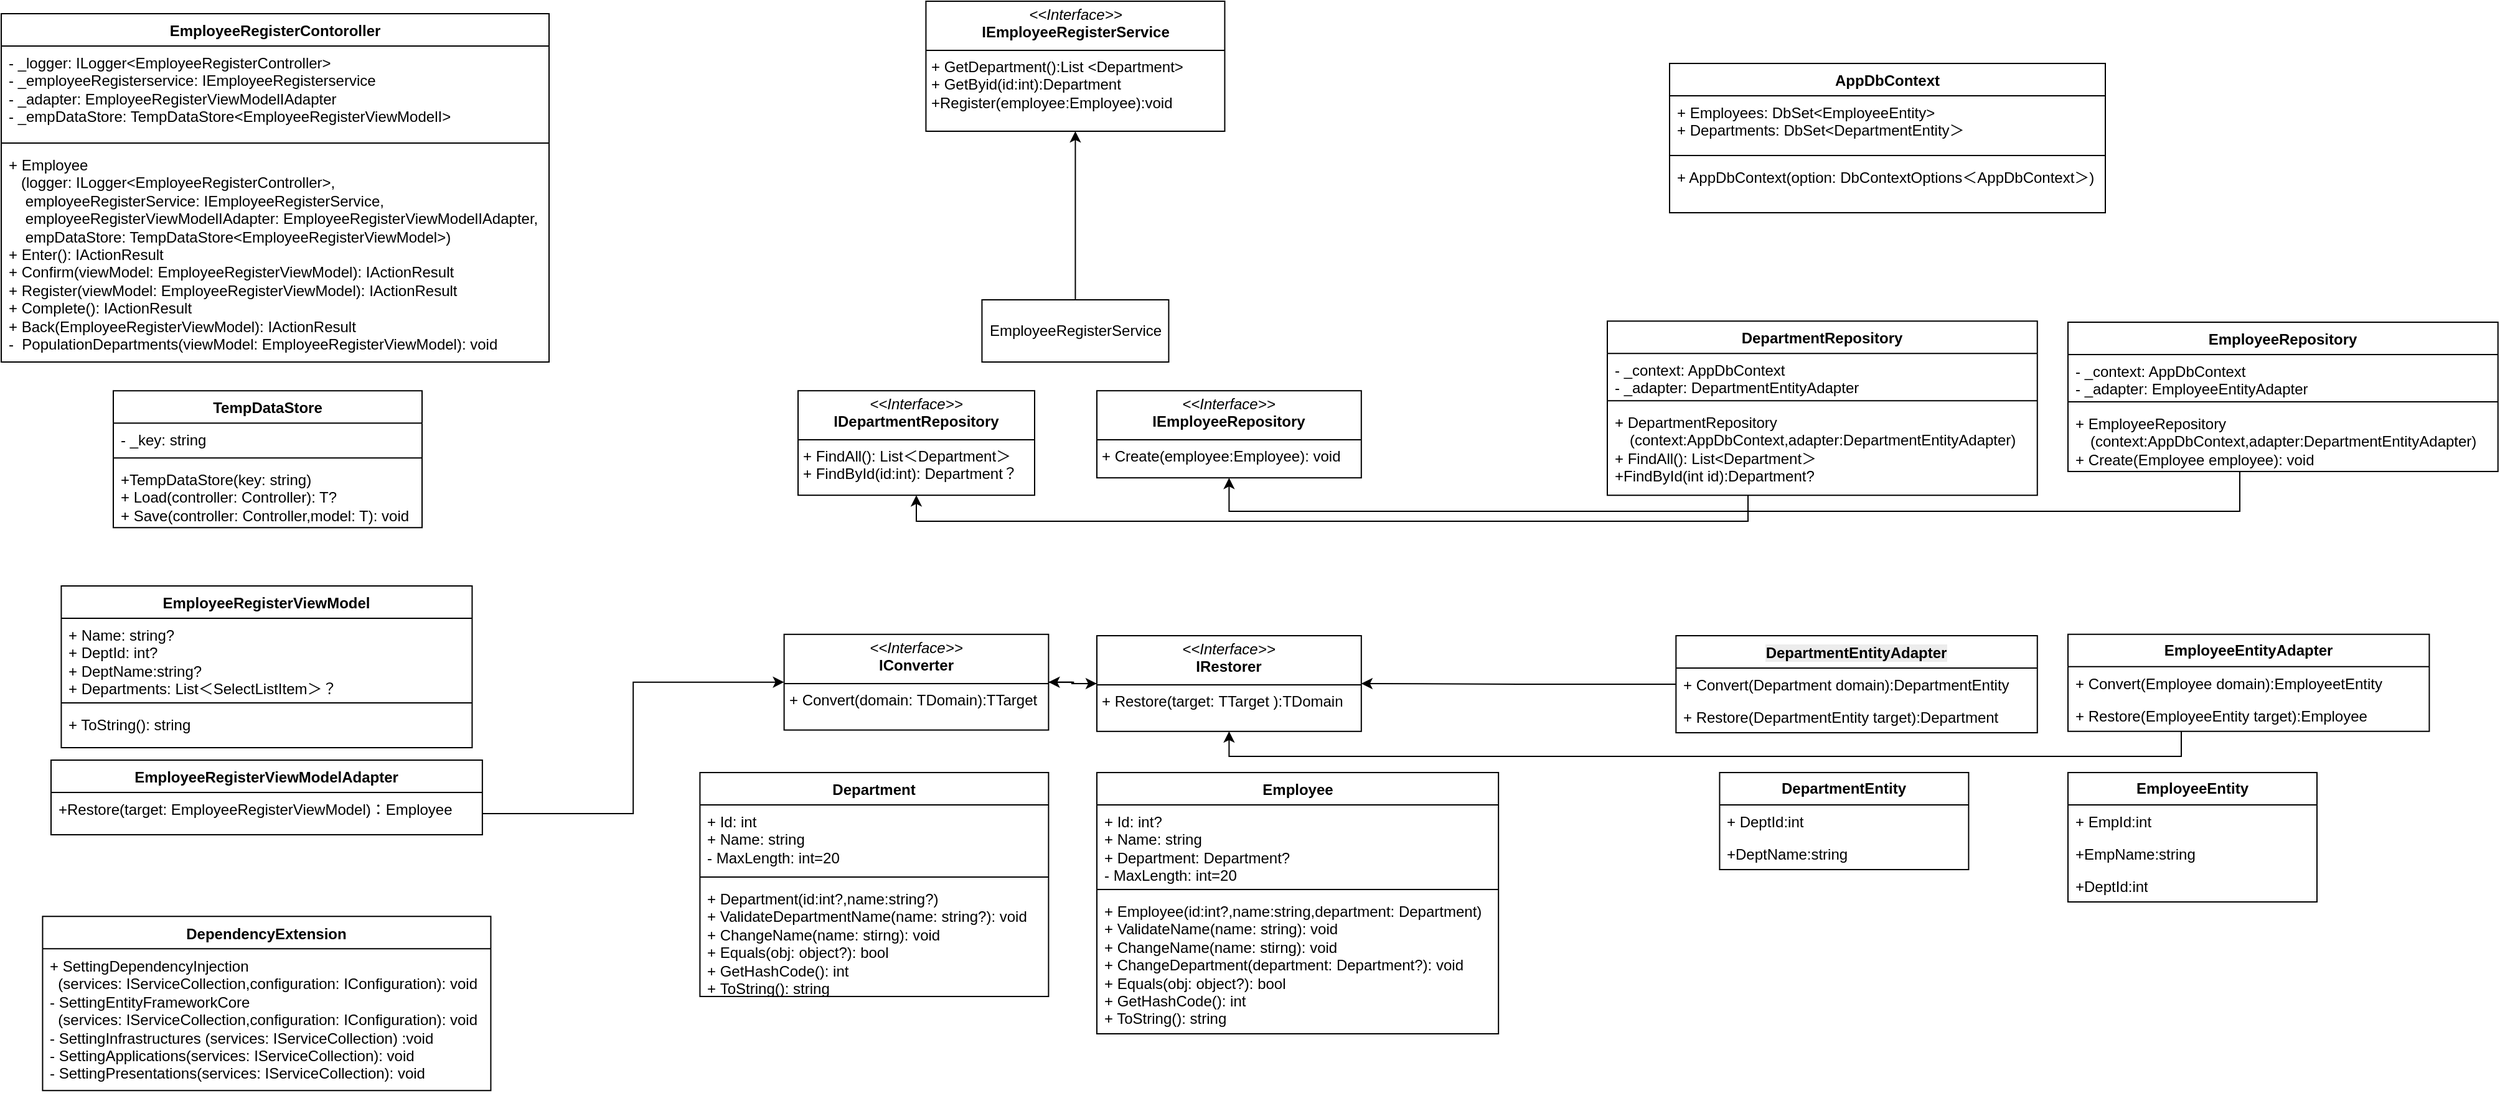
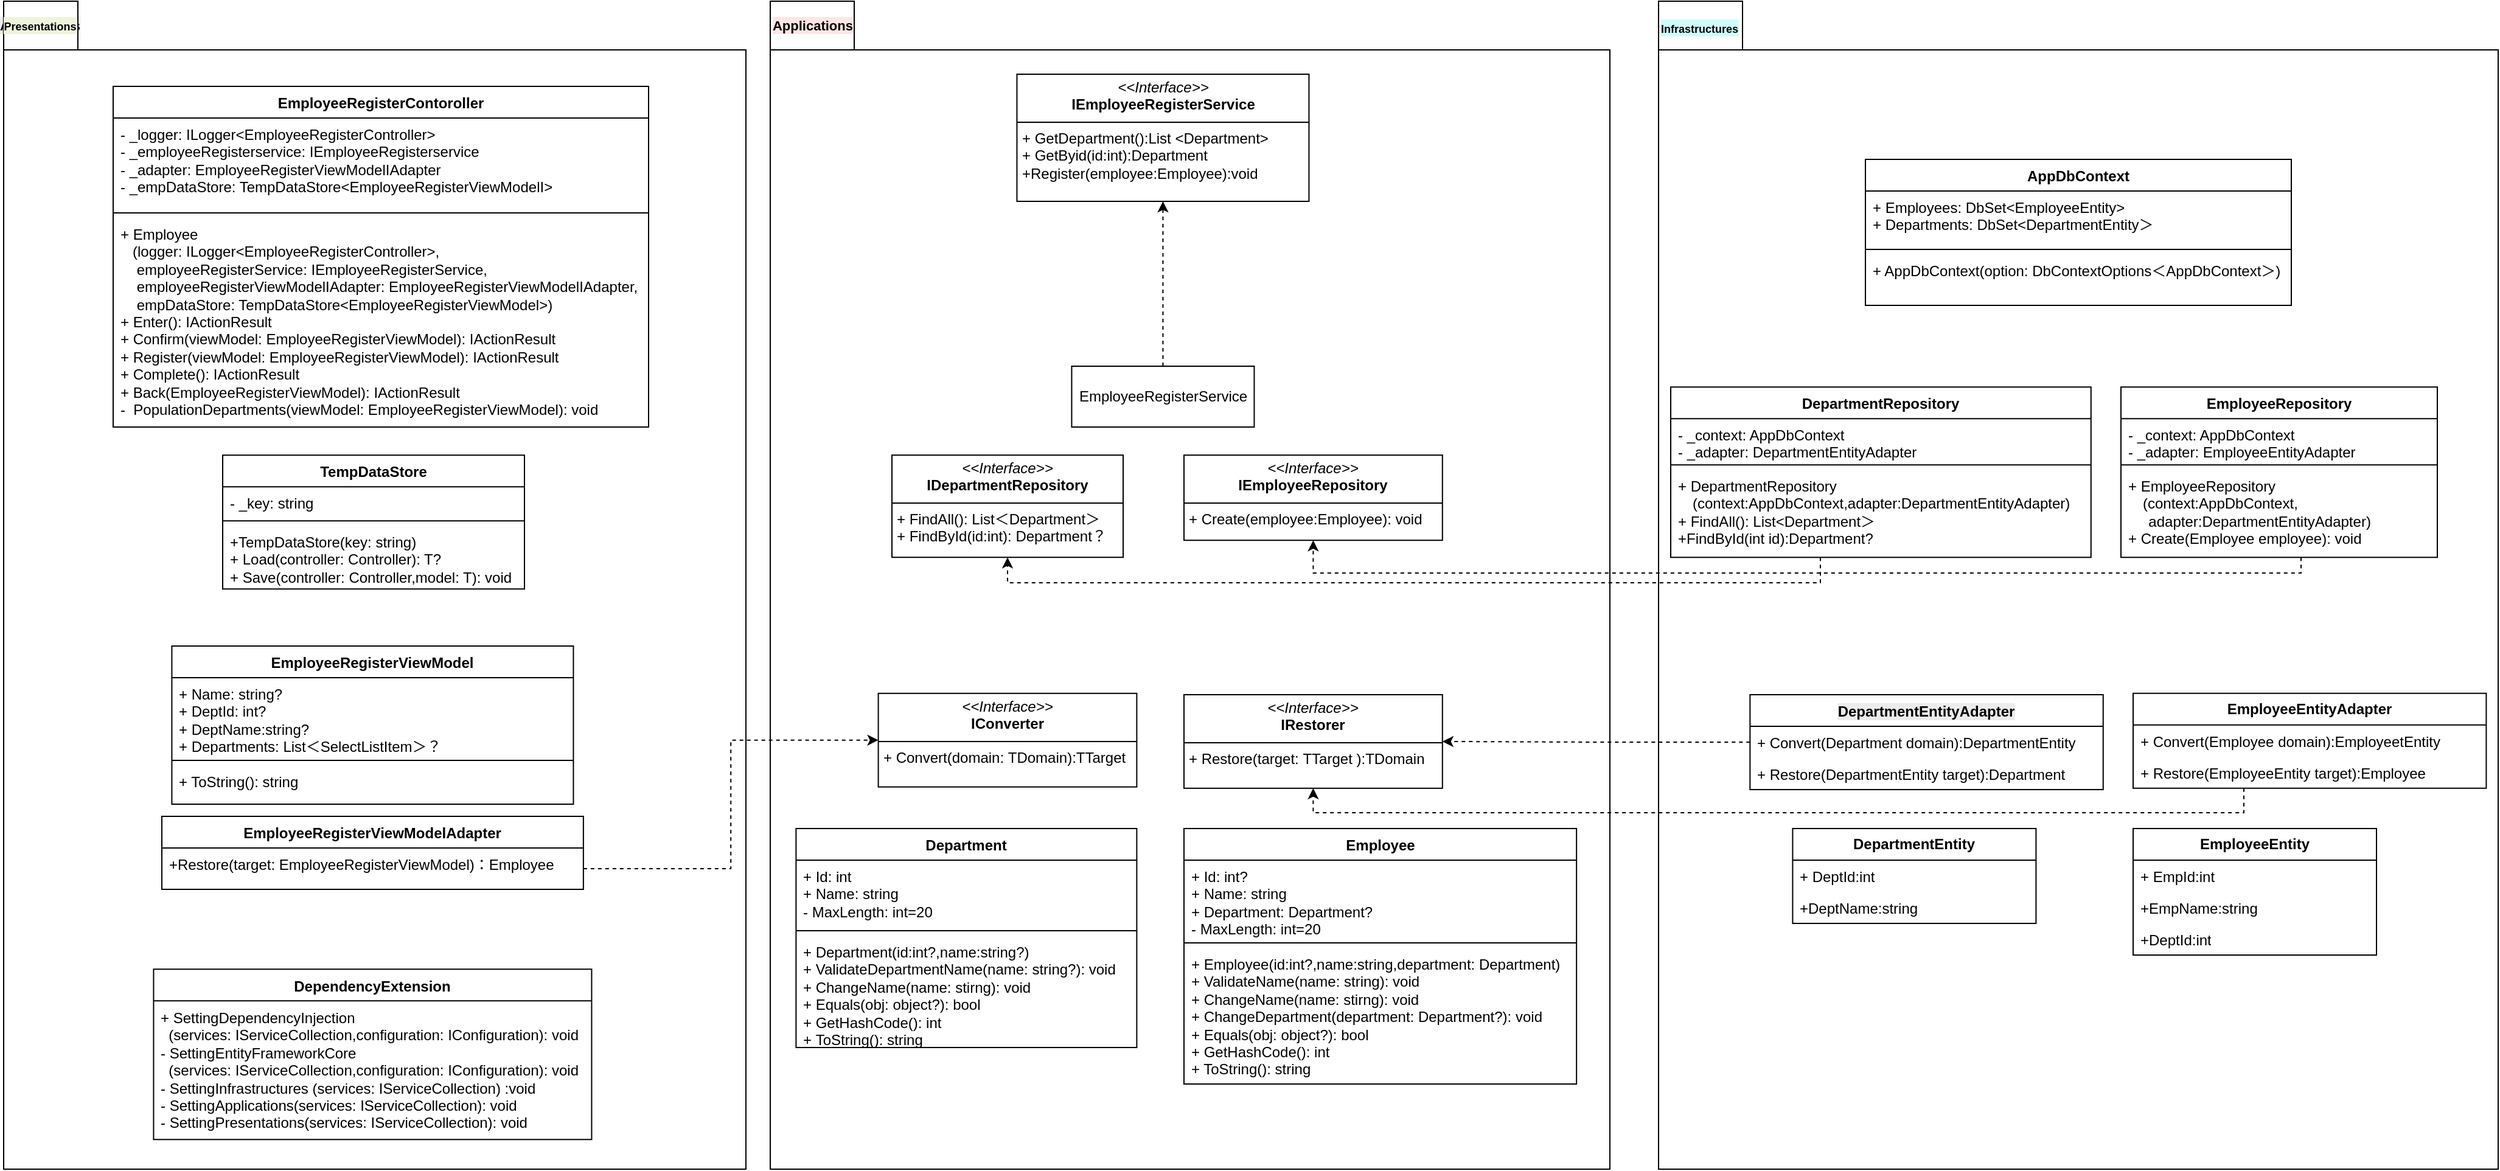
<mxfile host="app.diagrams.net">
  <diagram id="yDey_UWrUzlEI_aGrxOJ" name="クラス図">
-     <mxGraphModel dx="1813" dy="764" grid="1" gridSize="10" guides="1" tooltips="1" connect="1" arrows="1" fold="1" page="1" pageScale="1" pageWidth="827" pageHeight="1169" math="0" shadow="0">
+     <mxGraphModel dx="1329" dy="605" grid="1" gridSize="10" guides="1" tooltips="1" connect="1" arrows="1" fold="1" page="1" pageScale="1" pageWidth="827" pageHeight="1169" math="0" shadow="0">
      <root>
        <mxCell id="0" />
        <mxCell id="1" parent="0" />
+         <mxCell id="9kdujmByR6wJLKFrgQtj-13" parent="1" style="text;html=1;whiteSpace=wrap;strokeColor=none;fillColor=none;align=center;verticalAlign=middle;rounded=0;" value="&lt;span style=&quot;color: rgb(0, 0, 0); font-family: Helvetica; font-style: normal; font-variant-ligatures: normal; font-variant-caps: normal; font-weight: 700; letter-spacing: normal; orphans: 2; text-align: right; text-indent: 0px; text-transform: none; widows: 2; word-spacing: 0px; -webkit-text-stroke-width: 0px; white-space: normal; background-color: rgb(236, 236, 236); text-decoration-thickness: initial; text-decoration-style: initial; text-decoration-color: initial; float: none; display: inline !important;&quot;&gt;&lt;font style=&quot;font-size: 11px;&quot;&gt;Applications&lt;/font&gt;&lt;/span&gt;" vertex="1">
+           <mxGeometry height="40" width="70" x="1370" y="20" as="geometry" />
+         </mxCell>
+         <mxCell id="9kdujmByR6wJLKFrgQtj-14" parent="1" style="shape=folder;fontStyle=1;spacingTop=10;tabWidth=40;tabHeight=40;tabPosition=left;html=1;whiteSpace=wrap;labelPosition=left;verticalLabelPosition=top;align=right;verticalAlign=bottom;" value="" vertex="1">
+           <mxGeometry height="960" width="690" x="1370" y="20" as="geometry" />
+         </mxCell>
+         <mxCell id="9kdujmByR6wJLKFrgQtj-7" parent="1" style="text;html=1;whiteSpace=wrap;strokeColor=none;fillColor=none;align=center;verticalAlign=middle;rounded=0;" value="&lt;span style=&quot;color: rgb(0, 0, 0); font-family: Helvetica; font-style: normal; font-variant-ligatures: normal; font-variant-caps: normal; font-weight: 700; letter-spacing: normal; orphans: 2; text-align: right; text-indent: 0px; text-transform: none; widows: 2; word-spacing: 0px; -webkit-text-stroke-width: 0px; white-space: normal; background-color: rgb(236, 236, 236); text-decoration-thickness: initial; text-decoration-style: initial; text-decoration-color: initial; float: none; display: inline !important;&quot;&gt;&lt;font style=&quot;font-size: 11px;&quot;&gt;Applications&lt;/font&gt;&lt;/span&gt;" vertex="1">
+           <mxGeometry height="40" width="60" x="10" y="20" as="geometry" />
+         </mxCell>
+         <mxCell id="9kdujmByR6wJLKFrgQtj-8" parent="1" style="shape=folder;fontStyle=1;spacingTop=10;tabWidth=40;tabHeight=40;tabPosition=left;html=1;whiteSpace=wrap;labelPosition=left;verticalLabelPosition=top;align=right;verticalAlign=bottom;" value="" vertex="1">
+           <mxGeometry height="960" width="610" x="10" y="20" as="geometry" />
+         </mxCell>
+         <mxCell id="9kdujmByR6wJLKFrgQtj-1" parent="1" style="shape=folder;fontStyle=1;spacingTop=10;tabWidth=40;tabHeight=40;tabPosition=left;html=1;whiteSpace=wrap;labelPosition=left;verticalLabelPosition=top;align=right;verticalAlign=bottom;" value="" vertex="1">
+           <mxGeometry height="960" width="690" x="640" y="20" as="geometry" />
+         </mxCell>
        <mxCell id="IWFFml98Ozl-5E3AKL9s-1" parent="1" style="swimlane;fontStyle=1;align=center;verticalAlign=top;childLayout=stackLayout;horizontal=1;startSize=26;horizontalStack=0;resizeParent=1;resizeParentMax=0;resizeLast=0;collapsible=1;marginBottom=0;whiteSpace=wrap;html=1;" value="EmployeeRegisterViewModelAdapter" vertex="1">
          <mxGeometry height="60" width="346.43" x="140" y="689.9999999999999" as="geometry" />
        </mxCell>
        <mxCell id="IWFFml98Ozl-5E3AKL9s-2" parent="IWFFml98Ozl-5E3AKL9s-1" style="text;strokeColor=none;fillColor=none;align=left;verticalAlign=top;spacingLeft=4;spacingRight=4;overflow=hidden;rotatable=0;points=[[0,0.5],[1,0.5]];portConstraint=eastwest;whiteSpace=wrap;html=1;" value="+Restore(target: EmployeeRegisterViewModel)：Employee" vertex="1">
          <mxGeometry height="34" width="346.43" y="26" as="geometry" />
        </mxCell>
        <mxCell id="IWFFml98Ozl-5E3AKL9s-3" parent="1" style="swimlane;fontStyle=1;align=center;verticalAlign=top;childLayout=stackLayout;horizontal=1;startSize=26;horizontalStack=0;resizeParent=1;resizeParentMax=0;resizeLast=0;collapsible=1;marginBottom=0;whiteSpace=wrap;html=1;" value="DependencyExtension" vertex="1">
          <mxGeometry height="140" width="360" x="133.22" y="815.6199999999999" as="geometry" />
        </mxCell>
        <mxCell id="IWFFml98Ozl-5E3AKL9s-4" parent="IWFFml98Ozl-5E3AKL9s-3" style="text;strokeColor=none;fillColor=none;align=left;verticalAlign=top;spacingLeft=4;spacingRight=4;overflow=hidden;rotatable=0;points=[[0,0.5],[1,0.5]];portConstraint=eastwest;whiteSpace=wrap;html=1;" value="+ SettingDependencyInjection&lt;div&gt;&amp;nbsp; (services: IServiceCollection,configuration: IConfiguration): void&lt;div&gt;- SettingEntityFrameworkCore&lt;span style=&quot;background-color: transparent; color: light-dark(rgb(0, 0, 0), rgb(255, 255, 255));&quot;&gt;&amp;nbsp;&lt;/span&gt;&lt;/div&gt;&lt;div&gt;&lt;span style=&quot;background-color: transparent; color: light-dark(rgb(0, 0, 0), rgb(255, 255, 255));&quot;&gt;&amp;nbsp; (services: IServiceCollection,configuration: IConfiguration)&lt;/span&gt;&lt;span style=&quot;background-color: transparent; color: light-dark(rgb(0, 0, 0), rgb(255, 255, 255));&quot;&gt;: void&lt;/span&gt;&lt;/div&gt;&lt;div&gt;- SettingInfrastructures&lt;span style=&quot;background-color: transparent; color: light-dark(rgb(0, 0, 0), rgb(255, 255, 255));&quot;&gt; &lt;/span&gt;&lt;span style=&quot;background-color: transparent; color: light-dark(rgb(0, 0, 0), rgb(255, 255, 255));&quot;&gt;(services: IServiceCollection)&amp;nbsp;&lt;/span&gt;&lt;span style=&quot;background-color: transparent; color: light-dark(rgb(0, 0, 0), rgb(255, 255, 255));&quot;&gt;:void&lt;/span&gt;&lt;/div&gt;&lt;div&gt;- SettingApplications&lt;span style=&quot;background-color: transparent; color: light-dark(rgb(0, 0, 0), rgb(255, 255, 255));&quot;&gt;(services: IServiceCollection)&lt;/span&gt;&lt;span style=&quot;background-color: transparent; color: light-dark(rgb(0, 0, 0), rgb(255, 255, 255));&quot;&gt;: void&lt;/span&gt;&lt;/div&gt;&lt;div&gt;- SettingPresentations&lt;span style=&quot;background-color: transparent; color: light-dark(rgb(0, 0, 0), rgb(255, 255, 255));&quot;&gt;(services: IServiceCollection)&lt;/span&gt;&lt;span style=&quot;background-color: transparent; color: light-dark(rgb(0, 0, 0), rgb(255, 255, 255));&quot;&gt;: void&lt;/span&gt;&lt;/div&gt;&lt;div&gt;&lt;br&gt;&lt;/div&gt;&lt;/div&gt;" vertex="1">
          <mxGeometry height="114" width="360" y="26" as="geometry" />
        </mxCell>
        <mxCell id="IWFFml98Ozl-5E3AKL9s-5" parent="1" style="swimlane;fontStyle=1;align=center;verticalAlign=top;childLayout=stackLayout;horizontal=1;startSize=26;horizontalStack=0;resizeParent=1;resizeParentMax=0;resizeLast=0;collapsible=1;marginBottom=0;whiteSpace=wrap;html=1;" value="EmployeeRegisterContoroller" vertex="1">
          <mxGeometry height="280" width="440" x="100" y="90" as="geometry" />
        </mxCell>
        <mxCell id="IWFFml98Ozl-5E3AKL9s-6" parent="IWFFml98Ozl-5E3AKL9s-5" style="text;strokeColor=none;fillColor=none;align=left;verticalAlign=top;spacingLeft=4;spacingRight=4;overflow=hidden;rotatable=0;points=[[0,0.5],[1,0.5]];portConstraint=eastwest;whiteSpace=wrap;html=1;" value="&lt;div&gt;&lt;div&gt;&lt;span style=&quot;background-color: transparent; color: light-dark(rgb(0, 0, 0), rgb(255, 255, 255));&quot;&gt;- _logger: ILogger&amp;lt;EmployeeRegisterController&amp;gt;&lt;/span&gt;&lt;/div&gt;&lt;div&gt;&lt;div&gt;&lt;span style=&quot;background-color: transparent; color: light-dark(rgb(0, 0, 0), rgb(255, 255, 255));&quot;&gt;- _employeeRegisterservice: IEmployeeRegisterservice&lt;/span&gt;&lt;/div&gt;&lt;/div&gt;&lt;div&gt;&lt;div&gt;&lt;span style=&quot;background-color: transparent; color: light-dark(rgb(0, 0, 0), rgb(255, 255, 255));&quot;&gt;- _adapter: EmployeeRegisterViewModelIAdapter&lt;/span&gt;&lt;/div&gt;&lt;/div&gt;&lt;div&gt;&lt;div&gt;&lt;span style=&quot;background-color: transparent; color: light-dark(rgb(0, 0, 0), rgb(255, 255, 255));&quot;&gt;- _empDataStore: TempDataStore&amp;lt;EmployeeRegisterViewModelI&amp;gt;&lt;/span&gt;&lt;/div&gt;&lt;/div&gt;&lt;/div&gt;&lt;div&gt;&lt;br&gt;&lt;/div&gt;&lt;div&gt;&lt;br&gt;&lt;/div&gt;&lt;div&gt;&lt;br&gt;&lt;/div&gt;&lt;div&gt;+ Department: Department?&lt;/div&gt;&lt;div&gt;- MaxLength: int=20　&lt;/div&gt;&lt;div&gt;&lt;/div&gt;&lt;div&gt;&amp;nbsp;&lt;br&gt;&lt;div&gt;&lt;span style=&quot;color: rgba(0, 0, 0, 0); font-family: monospace; font-size: 0px; white-space: nowrap;&quot;&gt;%3CmxGraphModel%3E%3Croot%3E%3CmxCell%20id%3D%220%22%2F%3E%3CmxCell%20id%3D%221%22%20parent%3D%220%22%2F%3E%3CmxCell%20id%3D%222%22%20parent%3D%221%22%20style%3D%22text%3BstrokeColor%3Dnone%3BfillColor%3Dnone%3Balign%3Dleft%3BverticalAlign%3Dtop%3BspacingLeft%3D4%3BspacingRight%3D4%3Boverflow%3Dhidden%3Brotatable%3D0%3Bpoints%3D%5B%5B0%2C0.5%5D%2C%5B1%2C0.5%5D%5D%3BportConstraint%3Deastwest%3BwhiteSpace%3Dwrap%3Bhtml%3D1%3B%22%20value%3D%22%26%2310%3B%26lt%3Bspan%20style%3D%26quot%3Bcolor%3A%20rgb(0%2C%200%2C%200)%3B%20font-family%3A%20Helvetica%3B%20font-size%3A%2012px%3B%20font-style%3A%20normal%3B%20font-variant-ligatures%3A%20normal%3B%20font-variant-caps%3A%20normal%3B%20font-weight%3A%20400%3B%20letter-spacing%3A%20normal%3B%20orphans%3A%202%3B%20text-align%3A%20left%3B%20text-indent%3A%200px%3B%20text-transform%3A%20none%3B%20widows%3A%202%3B%20word-spacing%3A%200px%3B%20-webkit-text-stroke-width%3A%200px%3B%20white-space%3A%20normal%3B%20background-color%3A%20rgb(236%2C%20236%2C%20236)%3B%20text-decoration-thickness%3A%20initial%3B%20text-decoration-style%3A%20initial%3B%20text-decoration-color%3A%20initial%3B%20display%3A%20inline%20!important%3B%20float%3A%20none%3B%26quot%3B%26gt%3B%2B%20name%3A%20string%26lt%3B%2Fspan%26gt%3B%26%2310%3B%26%2310%3B%22%20vertex%3D%221%22%3E%3CmxGeometry%20height%3D%2264%22%20width%3D%22160%22%20x%3D%22466.51%22%20y%3D%22-653%22%20as%3D%22geometry%22%2F%3E%3C%2FmxCell%3E%3C%2Froot%3E%3C%2FmxGraphModel%3E&lt;/span&gt;&lt;/div&gt;&lt;/div&gt;" vertex="1">
          <mxGeometry height="74" width="440" y="26" as="geometry" />
        </mxCell>
        <mxCell id="IWFFml98Ozl-5E3AKL9s-7" parent="IWFFml98Ozl-5E3AKL9s-5" style="line;strokeWidth=1;fillColor=none;align=left;verticalAlign=middle;spacingTop=-1;spacingLeft=3;spacingRight=3;rotatable=0;labelPosition=right;points=[];portConstraint=eastwest;strokeColor=inherit;" value="" vertex="1">
          <mxGeometry height="8" width="440" y="100" as="geometry" />
        </mxCell>
        <mxCell id="IWFFml98Ozl-5E3AKL9s-8" parent="IWFFml98Ozl-5E3AKL9s-5" style="text;strokeColor=none;fillColor=none;align=left;verticalAlign=top;spacingLeft=4;spacingRight=4;overflow=hidden;rotatable=0;points=[[0,0.5],[1,0.5]];portConstraint=eastwest;whiteSpace=wrap;html=1;" value="+ Employee&lt;div&gt;&amp;nbsp; &amp;nbsp;(logger: ILogger&amp;lt;EmployeeRegisterController&amp;gt;,&amp;nbsp;&lt;/div&gt;&lt;div&gt;&amp;nbsp; &amp;nbsp; employeeRegisterService: IEmployeeRegisterService,&lt;/div&gt;&lt;div&gt;&amp;nbsp; &amp;nbsp; employeeRegisterViewModelIAdapter: EmployeeRegisterViewModelIAdapter,&lt;/div&gt;&lt;div&gt;&amp;nbsp; &amp;nbsp; empDataStore: TempDataStore&amp;lt;EmployeeRegisterViewModel&amp;gt;&lt;span style=&quot;background-color: transparent; color: light-dark(rgb(0, 0, 0), rgb(255, 255, 255));&quot;&gt;)&lt;/span&gt;&lt;/div&gt;&lt;div&gt;&lt;div&gt;&lt;span style=&quot;background-color: transparent; color: light-dark(rgb(0, 0, 0), rgb(255, 255, 255));&quot;&gt;+ Enter(): IActionResult&lt;/span&gt;&lt;/div&gt;&lt;div&gt;&lt;div&gt;&lt;span style=&quot;background-color: transparent; color: light-dark(rgb(0, 0, 0), rgb(255, 255, 255));&quot;&gt;+ Confirm(viewModel: EmployeeRegisterViewModel): IActionResult&lt;/span&gt;&lt;/div&gt;&lt;div&gt;&lt;/div&gt;&lt;div&gt;&lt;div&gt;&lt;span style=&quot;background-color: transparent; color: light-dark(rgb(0, 0, 0), rgb(255, 255, 255));&quot;&gt;+ Register(viewModel: EmployeeRegisterViewModel): IActionResult&lt;/span&gt;&lt;/div&gt;&lt;div&gt;&lt;div&gt;&lt;span style=&quot;background-color: transparent; color: light-dark(rgb(0, 0, 0), rgb(255, 255, 255));&quot;&gt;+ Complete(): IActionResult&lt;/span&gt;&lt;/div&gt;&lt;div&gt;&lt;div&gt;&lt;span style=&quot;background-color: transparent; color: light-dark(rgb(0, 0, 0), rgb(255, 255, 255));&quot;&gt;+ Back(&lt;/span&gt;&lt;span style=&quot;background-color: transparent; color: light-dark(rgb(0, 0, 0), rgb(255, 255, 255));&quot;&gt;EmployeeRegisterViewModel&lt;/span&gt;&lt;span style=&quot;background-color: transparent; color: light-dark(rgb(0, 0, 0), rgb(255, 255, 255));&quot;&gt;): IActionResult&lt;/span&gt;&lt;/div&gt;&lt;div&gt;&lt;div&gt;&lt;div&gt;&lt;div&gt;&lt;span style=&quot;background-color: transparent; color: light-dark(rgb(0, 0, 0), rgb(255, 255, 255));&quot;&gt;-&amp;nbsp; PopulationDepartments(&lt;/span&gt;viewModel: EmployeeRegisterViewModel&lt;span style=&quot;background-color: transparent; color: light-dark(rgb(0, 0, 0), rgb(255, 255, 255));&quot;&gt;): void&lt;/span&gt;&lt;/div&gt;&lt;div&gt;&lt;/div&gt;&lt;/div&gt;&lt;div&gt;&lt;/div&gt;&lt;/div&gt;&lt;/div&gt;&lt;div&gt;&lt;/div&gt;&lt;/div&gt;&lt;div&gt;&lt;/div&gt;&lt;/div&gt;&lt;div&gt;&lt;span style=&quot;background-color: transparent; color: light-dark(rgb(0, 0, 0), rgb(255, 255, 255));&quot;&gt;&lt;br&gt;&lt;/span&gt;&lt;/div&gt;&lt;div&gt;&lt;/div&gt;&lt;/div&gt;&lt;/div&gt;&lt;/div&gt;" vertex="1">
          <mxGeometry height="172" width="440" y="108" as="geometry" />
        </mxCell>
        <mxCell id="IWFFml98Ozl-5E3AKL9s-9" parent="1" style="swimlane;fontStyle=1;align=center;verticalAlign=top;childLayout=stackLayout;horizontal=1;startSize=26;horizontalStack=0;resizeParent=1;resizeParentMax=0;resizeLast=0;collapsible=1;marginBottom=0;whiteSpace=wrap;html=1;" value="TempDataStore" vertex="1">
          <mxGeometry height="110" width="248" x="190" y="393.0899999999999" as="geometry" />
        </mxCell>
        <mxCell id="IWFFml98Ozl-5E3AKL9s-10" parent="IWFFml98Ozl-5E3AKL9s-9" style="text;strokeColor=none;fillColor=none;align=left;verticalAlign=top;spacingLeft=4;spacingRight=4;overflow=hidden;rotatable=0;points=[[0,0.5],[1,0.5]];portConstraint=eastwest;whiteSpace=wrap;html=1;" value="- _key: string&lt;div&gt;&lt;span style=&quot;color: light-dark(rgba(0, 0, 0, 0), rgba(237, 237, 237, 0)); font-family: monospace; font-size: 0px; white-space: nowrap; background-color: transparent;&quot;&gt;%3CmxGraphModel%3E%3Croot%3E%3CmxCell%20id%3D%220%22%2F%3E%3CmxCell%20id%3D%221%22%20parent%3D%220%22%2F%3E%3CmxCell%20id%3D%222%22%20parent%3D%221%22%20style%3D%22text%3BstrokeColor%3Dnone%3BfillColor%3Dnone%3Balign%3Dleft%3BverticalAlign%3Dtop%3BspacingLeft%3D4%3BspacingRight%3D4%3Boverflow%3Dhidden%3Brotatable%3D0%3Bpoints%3D%5B%5B0%2C0.5%5D%2C%5B1%2C0.5%5D%5D%3BportConstraint%3Deastwest%3BwhiteSpace%3Dwrap%3Bhtml%3D1%3B%22%20value%3D%22%26%2310%3B%26lt%3Bspan%20style%3D%26quot%3Bcolor%3A%20rgb(0%2C%200%2C%200)%3B%20font-family%3A%20Helvetica%3B%20font-size%3A%2012px%3B%20font-style%3A%20normal%3B%20font-variant-ligatures%3A%20normal%3B%20font-variant-caps%3A%20normal%3B%20font-weight%3A%20400%3B%20letter-spacing%3A%20normal%3B%20orphans%3A%202%3B%20text-align%3A%20left%3B%20text-indent%3A%200px%3B%20text-transform%3A%20none%3B%20widows%3A%202%3B%20word-spacing%3A%200px%3B%20-webkit-text-stroke-width%3A%200px%3B%20white-space%3A%20normal%3B%20background-color%3A%20rgb(236%2C%20236%2C%20236)%3B%20text-decoration-thickness%3A%20initial%3B%20text-decoration-style%3A%20initial%3B%20text-decoration-color%3A%20initial%3B%20display%3A%20inline%20!important%3B%20float%3A%20none%3B%26quot%3B%26gt%3B%2B%20name%3A%20string%26lt%3B%2Fspan%26gt%3B%26%2310%3B%26%2310%3B%22%20vertex%3D%221%22%3E%3CmxGeometry%20height%3D%2264%22%20width%3D%22160%22%20x%3D%22466.51%22%20y%3D%22-653%22%20as%3D%22geometry%22%2F%3E%3C%2FmxCell%3E%3C%2Froot%3E%3C%2FmxGraphModel%3E&lt;/span&gt;&lt;/div&gt;" vertex="1">
          <mxGeometry height="24" width="248" y="26" as="geometry" />
        </mxCell>
        <mxCell id="IWFFml98Ozl-5E3AKL9s-11" parent="IWFFml98Ozl-5E3AKL9s-9" style="line;strokeWidth=1;fillColor=none;align=left;verticalAlign=middle;spacingTop=-1;spacingLeft=3;spacingRight=3;rotatable=0;labelPosition=right;points=[];portConstraint=eastwest;strokeColor=inherit;" value="" vertex="1">
          <mxGeometry height="8" width="248" y="50" as="geometry" />
        </mxCell>
        <mxCell id="IWFFml98Ozl-5E3AKL9s-12" parent="IWFFml98Ozl-5E3AKL9s-9" style="text;strokeColor=none;fillColor=none;align=left;verticalAlign=top;spacingLeft=4;spacingRight=4;overflow=hidden;rotatable=0;points=[[0,0.5],[1,0.5]];portConstraint=eastwest;whiteSpace=wrap;html=1;" value="+TempDataStore(key: string)&lt;div&gt;+ Load(controller: Controller): T?&lt;/div&gt;&lt;div&gt;+ Save(controller: Controller,model: T): void&lt;/div&gt;" vertex="1">
          <mxGeometry height="52" width="248" y="58" as="geometry" />
        </mxCell>
        <mxCell id="IWFFml98Ozl-5E3AKL9s-13" parent="1" style="swimlane;fontStyle=1;align=center;verticalAlign=top;childLayout=stackLayout;horizontal=1;startSize=26;horizontalStack=0;resizeParent=1;resizeParentMax=0;resizeLast=0;collapsible=1;marginBottom=0;whiteSpace=wrap;html=1;" value="EmployeeRegisterViewModel" vertex="1">
          <mxGeometry height="130" width="330" x="148.22" y="550" as="geometry" />
        </mxCell>
        <mxCell id="IWFFml98Ozl-5E3AKL9s-14" parent="IWFFml98Ozl-5E3AKL9s-13" style="text;strokeColor=none;fillColor=none;align=left;verticalAlign=top;spacingLeft=4;spacingRight=4;overflow=hidden;rotatable=0;points=[[0,0.5],[1,0.5]];portConstraint=eastwest;whiteSpace=wrap;html=1;" value="+ Name: string?&lt;div&gt;+ DeptId: int?&lt;/div&gt;&lt;div&gt;+ DeptName:string?&lt;/div&gt;&lt;div&gt;+ Departments: List＜SelectListItem＞？&lt;/div&gt;" vertex="1">
          <mxGeometry height="64" width="330" y="26" as="geometry" />
        </mxCell>
        <mxCell id="IWFFml98Ozl-5E3AKL9s-15" parent="IWFFml98Ozl-5E3AKL9s-13" style="line;strokeWidth=1;fillColor=none;align=left;verticalAlign=middle;spacingTop=-1;spacingLeft=3;spacingRight=3;rotatable=0;labelPosition=right;points=[];portConstraint=eastwest;strokeColor=inherit;" value="" vertex="1">
          <mxGeometry height="8" width="330" y="90" as="geometry" />
        </mxCell>
        <mxCell id="IWFFml98Ozl-5E3AKL9s-16" parent="IWFFml98Ozl-5E3AKL9s-13" style="text;strokeColor=none;fillColor=none;align=left;verticalAlign=top;spacingLeft=4;spacingRight=4;overflow=hidden;rotatable=0;points=[[0,0.5],[1,0.5]];portConstraint=eastwest;whiteSpace=wrap;html=1;" value="&lt;div&gt;&lt;span style=&quot;text-align: center;&quot;&gt;+ &lt;/span&gt;&lt;span style=&quot;text-align: center; background-color: transparent; color: light-dark(rgb(0, 0, 0), rgb(255, 255, 255));&quot;&gt;ToString(): string&lt;/span&gt;&lt;/div&gt;" vertex="1">
          <mxGeometry height="32" width="330" y="98" as="geometry" />
        </mxCell>
        <mxCell id="G9wzqQtXwCNvqwVCNL5G-1" parent="1" style="verticalAlign=top;align=left;overflow=fill;html=1;whiteSpace=wrap;" value="&lt;p style=&quot;margin:0px;margin-top:4px;text-align:center;&quot;&gt;&lt;i&gt;&amp;lt;&amp;lt;Interface&amp;gt;&amp;gt;&lt;/i&gt;&lt;br&gt;&lt;b&gt;IEmployeeRegisterService&lt;/b&gt;&lt;/p&gt;&lt;hr size=&quot;1&quot; style=&quot;border-style:solid;&quot;&gt;&lt;p style=&quot;margin:0px;margin-left:4px;&quot;&gt;+ GetDepartment():List &amp;lt;Department&amp;gt;&lt;br&gt;+ GetByid(id:int):Department&lt;/p&gt;&lt;p style=&quot;margin:0px;margin-left:4px;&quot;&gt;+Register(employee:Employee):void&lt;/p&gt;&lt;p style=&quot;margin:0px;margin-left:4px;&quot;&gt;&lt;br&gt;&lt;/p&gt;" vertex="1">
          <mxGeometry height="104.5" width="240" x="842.7199999999999" y="80" as="geometry" />
        </mxCell>
-         <mxCell id="hrwWi43zoG16yE8h-HA6-2" edge="1" parent="1" source="G9wzqQtXwCNvqwVCNL5G-2" style="edgeStyle=orthogonalEdgeStyle;rounded=0;orthogonalLoop=1;jettySize=auto;html=1;" target="G9wzqQtXwCNvqwVCNL5G-1">
+         <mxCell id="hrwWi43zoG16yE8h-HA6-2" edge="1" parent="1" source="G9wzqQtXwCNvqwVCNL5G-2" style="edgeStyle=orthogonalEdgeStyle;rounded=0;orthogonalLoop=1;jettySize=auto;html=1;dashed=1;" target="G9wzqQtXwCNvqwVCNL5G-1">
          <mxGeometry relative="1" as="geometry" />
        </mxCell>
        <mxCell id="G9wzqQtXwCNvqwVCNL5G-2" parent="1" style="html=1;whiteSpace=wrap;" value="EmployeeRegisterService" vertex="1">
          <mxGeometry height="50" width="150" x="887.72" y="319.9999999999999" as="geometry" />
        </mxCell>
        <mxCell id="G9wzqQtXwCNvqwVCNL5G-3" parent="1" style="verticalAlign=top;align=left;overflow=fill;html=1;whiteSpace=wrap;" value="&lt;p style=&quot;margin:0px;margin-top:4px;text-align:center;&quot;&gt;&lt;i&gt;&amp;lt;&amp;lt;Interface&amp;gt;&amp;gt;&lt;/i&gt;&lt;br&gt;&lt;b&gt;IDepartmentRepository&lt;/b&gt;&lt;/p&gt;&lt;hr size=&quot;1&quot; style=&quot;border-style:solid;&quot;&gt;&lt;p style=&quot;margin:0px;margin-left:4px;&quot;&gt;+ FindAll(): List＜Department＞&lt;br&gt;+ FindById(id:int): Department？&lt;/p&gt;" vertex="1">
          <mxGeometry height="84" width="190" x="740.0000000000001" y="393.0899999999999" as="geometry" />
        </mxCell>
        <mxCell id="G9wzqQtXwCNvqwVCNL5G-4" parent="1" style="verticalAlign=top;align=left;overflow=fill;html=1;whiteSpace=wrap;" value="&lt;p style=&quot;margin:0px;margin-top:4px;text-align:center;&quot;&gt;&lt;i&gt;&amp;lt;&amp;lt;Interface&amp;gt;&amp;gt;&lt;/i&gt;&lt;br&gt;&lt;b&gt;IEmployeeRepository&lt;/b&gt;&lt;/p&gt;&lt;hr size=&quot;1&quot; style=&quot;border-style:solid;&quot;&gt;&lt;p style=&quot;margin:0px;margin-left:4px;&quot;&gt;+ Create(employee:Employee): void&lt;/p&gt;" vertex="1">
          <mxGeometry height="70" width="212.4" x="980" y="393.09" as="geometry" />
        </mxCell>
-         <mxCell id="hrwWi43zoG16yE8h-HA6-5" edge="1" parent="1" source="G9wzqQtXwCNvqwVCNL5G-5" style="edgeStyle=orthogonalEdgeStyle;rounded=0;orthogonalLoop=1;jettySize=auto;html=1;entryX=0;entryY=0.5;entryDx=0;entryDy=0;" target="G9wzqQtXwCNvqwVCNL5G-6">
-           <mxGeometry relative="1" as="geometry" />
-         </mxCell>
        <mxCell id="G9wzqQtXwCNvqwVCNL5G-5" parent="1" style="verticalAlign=top;align=left;overflow=fill;html=1;whiteSpace=wrap;" value="&lt;p style=&quot;margin:0px;margin-top:4px;text-align:center;&quot;&gt;&lt;i&gt;&amp;lt;&amp;lt;Interface&amp;gt;&amp;gt;&lt;/i&gt;&lt;br&gt;&lt;b&gt;IConverter&lt;/b&gt;&lt;/p&gt;&lt;hr size=&quot;1&quot; style=&quot;border-style:solid;&quot;&gt;&lt;p style=&quot;margin:0px;margin-left:4px;&quot;&gt;+ Convert(&lt;span style=&quot;background-color: transparent; color: light-dark(rgb(0, 0, 0), rgb(255, 255, 255));&quot;&gt;domain&lt;/span&gt;&lt;span style=&quot;background-color: transparent; color: light-dark(rgb(0, 0, 0), rgb(255, 255, 255));&quot;&gt;:&amp;nbsp;&lt;/span&gt;TDomai&lt;span style=&quot;background-color: transparent; color: light-dark(rgb(0, 0, 0), rgb(255, 255, 255));&quot;&gt;n):TTarget&lt;/span&gt;&lt;/p&gt;" vertex="1">
          <mxGeometry height="76.91" width="212.4" x="728.8000000000001" y="588.91" as="geometry" />
        </mxCell>
-         <mxCell id="hrwWi43zoG16yE8h-HA6-6" edge="1" parent="1" source="G9wzqQtXwCNvqwVCNL5G-6" style="edgeStyle=orthogonalEdgeStyle;rounded=0;orthogonalLoop=1;jettySize=auto;html=1;entryX=1;entryY=0.5;entryDx=0;entryDy=0;" target="G9wzqQtXwCNvqwVCNL5G-5">
-           <mxGeometry relative="1" as="geometry" />
-         </mxCell>
        <mxCell id="G9wzqQtXwCNvqwVCNL5G-6" parent="1" style="verticalAlign=top;align=left;overflow=fill;html=1;whiteSpace=wrap;" value="&lt;p style=&quot;margin:0px;margin-top:4px;text-align:center;&quot;&gt;&lt;i&gt;&amp;lt;&amp;lt;Interface&amp;gt;&amp;gt;&lt;/i&gt;&lt;br&gt;&lt;b&gt;IRestorer&lt;/b&gt;&lt;/p&gt;&lt;hr size=&quot;1&quot; style=&quot;border-style:solid;&quot;&gt;&lt;p style=&quot;margin:0px;margin-left:4px;&quot;&gt;+ Restore(&lt;span style=&quot;background-color: transparent; color: light-dark(rgb(0, 0, 0), rgb(255, 255, 255));&quot;&gt;target:&amp;nbsp;&lt;/span&gt;&lt;span style=&quot;background-color: transparent; color: light-dark(rgb(0, 0, 0), rgb(255, 255, 255));&quot;&gt;TTarget&lt;/span&gt;&lt;span style=&quot;background-color: transparent; color: light-dark(rgb(0, 0, 0), rgb(255, 255, 255));&quot;&gt;&amp;nbsp;):TDomain&lt;/span&gt;&lt;/p&gt;" vertex="1">
          <mxGeometry height="76.91" width="212.4" x="980" y="590" as="geometry" />
        </mxCell>
        <mxCell id="G9wzqQtXwCNvqwVCNL5G-7" parent="1" style="swimlane;fontStyle=1;align=center;verticalAlign=top;childLayout=stackLayout;horizontal=1;startSize=26;horizontalStack=0;resizeParent=1;resizeParentMax=0;resizeLast=0;collapsible=1;marginBottom=0;whiteSpace=wrap;html=1;" value="Department" vertex="1">
          <mxGeometry height="180" width="280" x="661.1999999999999" y="699.9999999999999" as="geometry" />
        </mxCell>
        <mxCell id="G9wzqQtXwCNvqwVCNL5G-8" parent="G9wzqQtXwCNvqwVCNL5G-7" style="text;strokeColor=none;fillColor=none;align=left;verticalAlign=top;spacingLeft=4;spacingRight=4;overflow=hidden;rotatable=0;points=[[0,0.5],[1,0.5]];portConstraint=eastwest;whiteSpace=wrap;html=1;" value="&lt;div&gt;&lt;span style=&quot;background-color: transparent; color: light-dark(rgb(0, 0, 0), rgb(255, 255, 255));&quot;&gt;+ Id: int&lt;/span&gt;&lt;/div&gt;&lt;div&gt;+ Name: string&lt;/div&gt;&lt;div&gt;&lt;div&gt;- MaxLength: int=20　&lt;/div&gt;&lt;/div&gt;&lt;div&gt;&lt;div&gt;&lt;span style=&quot;color: rgba(0, 0, 0, 0); font-family: monospace; font-size: 0px; white-space: nowrap;&quot;&gt;%3CmxGraphModel%3E%3Croot%3E%3CmxCell%20id%3D%220%22%2F%3E%3CmxCell%20id%3D%221%22%20parent%3D%220%22%2F%3E%3CmxCell%20id%3D%222%22%20parent%3D%221%22%20style%3D%22text%3BstrokeColor%3Dnone%3BfillColor%3Dnone%3Balign%3Dleft%3BverticalAlign%3Dtop%3BspacingLeft%3D4%3BspacingRight%3D4%3Boverflow%3Dhidden%3Brotatable%3D0%3Bpoints%3D%5B%5B0%2C0.5%5D%2C%5B1%2C0.5%5D%5D%3BportConstraint%3Deastwest%3BwhiteSpace%3Dwrap%3Bhtml%3D1%3B%22%20value%3D%22%26%2310%3B%26lt%3Bspan%20style%3D%26quot%3Bcolor%3A%20rgb(0%2C%200%2C%200)%3B%20font-family%3A%20Helvetica%3B%20font-size%3A%2012px%3B%20font-style%3A%20normal%3B%20font-variant-ligatures%3A%20normal%3B%20font-variant-caps%3A%20normal%3B%20font-weight%3A%20400%3B%20letter-spacing%3A%20normal%3B%20orphans%3A%202%3B%20text-align%3A%20left%3B%20text-indent%3A%200px%3B%20text-transform%3A%20none%3B%20widows%3A%202%3B%20word-spacing%3A%200px%3B%20-webkit-text-stroke-width%3A%200px%3B%20white-space%3A%20normal%3B%20background-color%3A%20rgb(236%2C%20236%2C%20236)%3B%20text-decoration-thickness%3A%20initial%3B%20text-decoration-style%3A%20initial%3B%20text-decoration-color%3A%20initial%3B%20display%3A%20inline%20!important%3B%20float%3A%20none%3B%26quot%3B%26gt%3B%2B%20name%3A%20string%26lt%3B%2Fspan%26gt%3B%26%2310%3B%26%2310%3B%22%20vertex%3D%221%22%3E%3CmxGeometry%20height%3D%2264%22%20width%3D%22160%22%20x%3D%22466.51%22%20y%3D%22-653%22%20as%3D%22geometry%22%2F%3E%3C%2FmxCell%3E%3C%2Froot%3E%3C%2FmxGraphModel%3E&lt;/span&gt;&lt;/div&gt;&lt;/div&gt;&lt;div&gt;&lt;span style=&quot;color: rgba(0, 0, 0, 0); font-family: monospace; font-size: 0px; white-space: nowrap;&quot;&gt;&lt;br&gt;&lt;/span&gt;&lt;/div&gt;" vertex="1">
          <mxGeometry height="54" width="280" y="26" as="geometry" />
        </mxCell>
        <mxCell id="G9wzqQtXwCNvqwVCNL5G-9" parent="G9wzqQtXwCNvqwVCNL5G-7" style="line;strokeWidth=1;fillColor=none;align=left;verticalAlign=middle;spacingTop=-1;spacingLeft=3;spacingRight=3;rotatable=0;labelPosition=right;points=[];portConstraint=eastwest;strokeColor=inherit;" value="" vertex="1">
          <mxGeometry height="8" width="280" y="80" as="geometry" />
        </mxCell>
        <mxCell id="G9wzqQtXwCNvqwVCNL5G-10" parent="G9wzqQtXwCNvqwVCNL5G-7" style="text;strokeColor=none;fillColor=none;align=left;verticalAlign=top;spacingLeft=4;spacingRight=4;overflow=hidden;rotatable=0;points=[[0,0.5],[1,0.5]];portConstraint=eastwest;whiteSpace=wrap;html=1;" value="&lt;div&gt;+ Department(id:int?,name:string?)&lt;/div&gt;+ ValidateDepartmentName(name: string?): void&lt;div&gt;+ ChangeName(name: stirng): void&lt;/div&gt;&lt;div&gt;&lt;span style=&quot;text-align: center;&quot;&gt;+ Equals(obj: object?): bool&lt;/span&gt;&lt;br style=&quot;text-align: center;&quot;&gt;&lt;/div&gt;&lt;div&gt;&lt;span style=&quot;text-align: center;&quot;&gt;+&amp;nbsp;&lt;/span&gt;&lt;span style=&quot;text-align: center; background-color: transparent; color: light-dark(rgb(0, 0, 0), rgb(255, 255, 255));&quot;&gt;GetHashCode(): int&lt;/span&gt;&lt;/div&gt;&lt;div&gt;&lt;span style=&quot;text-align: center;&quot;&gt;+&amp;nbsp;&lt;/span&gt;&lt;span style=&quot;text-align: center; background-color: transparent; color: light-dark(rgb(0, 0, 0), rgb(255, 255, 255));&quot;&gt;ToString(): string&lt;/span&gt;&lt;/div&gt;&lt;div&gt;&lt;br&gt;&lt;/div&gt;" vertex="1">
          <mxGeometry height="92" width="280" y="88" as="geometry" />
        </mxCell>
        <mxCell id="G9wzqQtXwCNvqwVCNL5G-11" parent="1" style="swimlane;fontStyle=1;align=center;verticalAlign=top;childLayout=stackLayout;horizontal=1;startSize=26;horizontalStack=0;resizeParent=1;resizeParentMax=0;resizeLast=0;collapsible=1;marginBottom=0;whiteSpace=wrap;html=1;" value="Employee" vertex="1">
          <mxGeometry height="210" width="322.58" x="979.9999999999999" y="699.9999999999999" as="geometry" />
        </mxCell>
        <mxCell id="G9wzqQtXwCNvqwVCNL5G-12" parent="G9wzqQtXwCNvqwVCNL5G-11" style="text;strokeColor=none;fillColor=none;align=left;verticalAlign=top;spacingLeft=4;spacingRight=4;overflow=hidden;rotatable=0;points=[[0,0.5],[1,0.5]];portConstraint=eastwest;whiteSpace=wrap;html=1;" value="&lt;div&gt;&lt;div&gt;&lt;span style=&quot;background-color: transparent; color: light-dark(rgb(0, 0, 0), rgb(255, 255, 255));&quot;&gt;+ Id: int?&lt;/span&gt;&lt;/div&gt;+ Name: string&lt;/div&gt;&lt;div&gt;+ Department: Department?&lt;/div&gt;&lt;div&gt;- MaxLength: int=20　&lt;/div&gt;&lt;div&gt;&lt;/div&gt;&lt;div&gt;&amp;nbsp;&lt;br&gt;&lt;div&gt;&lt;span style=&quot;color: rgba(0, 0, 0, 0); font-family: monospace; font-size: 0px; white-space: nowrap;&quot;&gt;%3CmxGraphModel%3E%3Croot%3E%3CmxCell%20id%3D%220%22%2F%3E%3CmxCell%20id%3D%221%22%20parent%3D%220%22%2F%3E%3CmxCell%20id%3D%222%22%20parent%3D%221%22%20style%3D%22text%3BstrokeColor%3Dnone%3BfillColor%3Dnone%3Balign%3Dleft%3BverticalAlign%3Dtop%3BspacingLeft%3D4%3BspacingRight%3D4%3Boverflow%3Dhidden%3Brotatable%3D0%3Bpoints%3D%5B%5B0%2C0.5%5D%2C%5B1%2C0.5%5D%5D%3BportConstraint%3Deastwest%3BwhiteSpace%3Dwrap%3Bhtml%3D1%3B%22%20value%3D%22%26%2310%3B%26lt%3Bspan%20style%3D%26quot%3Bcolor%3A%20rgb(0%2C%200%2C%200)%3B%20font-family%3A%20Helvetica%3B%20font-size%3A%2012px%3B%20font-style%3A%20normal%3B%20font-variant-ligatures%3A%20normal%3B%20font-variant-caps%3A%20normal%3B%20font-weight%3A%20400%3B%20letter-spacing%3A%20normal%3B%20orphans%3A%202%3B%20text-align%3A%20left%3B%20text-indent%3A%200px%3B%20text-transform%3A%20none%3B%20widows%3A%202%3B%20word-spacing%3A%200px%3B%20-webkit-text-stroke-width%3A%200px%3B%20white-space%3A%20normal%3B%20background-color%3A%20rgb(236%2C%20236%2C%20236)%3B%20text-decoration-thickness%3A%20initial%3B%20text-decoration-style%3A%20initial%3B%20text-decoration-color%3A%20initial%3B%20display%3A%20inline%20!important%3B%20float%3A%20none%3B%26quot%3B%26gt%3B%2B%20name%3A%20string%26lt%3B%2Fspan%26gt%3B%26%2310%3B%26%2310%3B%22%20vertex%3D%221%22%3E%3CmxGeometry%20height%3D%2264%22%20width%3D%22160%22%20x%3D%22466.51%22%20y%3D%22-653%22%20as%3D%22geometry%22%2F%3E%3C%2FmxCell%3E%3C%2Froot%3E%3C%2FmxGraphModel%3E&lt;/span&gt;&lt;/div&gt;&lt;/div&gt;" vertex="1">
          <mxGeometry height="64" width="322.58" y="26" as="geometry" />
        </mxCell>
        <mxCell id="G9wzqQtXwCNvqwVCNL5G-13" parent="G9wzqQtXwCNvqwVCNL5G-11" style="line;strokeWidth=1;fillColor=none;align=left;verticalAlign=middle;spacingTop=-1;spacingLeft=3;spacingRight=3;rotatable=0;labelPosition=right;points=[];portConstraint=eastwest;strokeColor=inherit;" value="" vertex="1">
          <mxGeometry height="8" width="322.58" y="90" as="geometry" />
        </mxCell>
        <mxCell id="G9wzqQtXwCNvqwVCNL5G-14" parent="G9wzqQtXwCNvqwVCNL5G-11" style="text;strokeColor=none;fillColor=none;align=left;verticalAlign=top;spacingLeft=4;spacingRight=4;overflow=hidden;rotatable=0;points=[[0,0.5],[1,0.5]];portConstraint=eastwest;whiteSpace=wrap;html=1;" value="+ Employee(id:int?,name:string,department: Department)&lt;div&gt;+ ValidateName(name: string): void&lt;div&gt;&lt;div&gt;+ ChangeName(name: stirng): void&lt;/div&gt;&lt;/div&gt;&lt;/div&gt;&lt;div&gt;&lt;div&gt;+ ChangeDepartment(department: Department?): void&lt;/div&gt;&lt;/div&gt;&lt;div&gt;&lt;div&gt;&lt;span style=&quot;text-align: center;&quot;&gt;+ Equals(obj: object?): bool&lt;/span&gt;&lt;br style=&quot;text-align: center;&quot;&gt;&lt;/div&gt;&lt;div&gt;&lt;span style=&quot;text-align: center;&quot;&gt;+ &lt;/span&gt;&lt;span style=&quot;text-align: center; background-color: transparent; color: light-dark(rgb(0, 0, 0), rgb(255, 255, 255));&quot;&gt;GetHashCode(): int&lt;/span&gt;&lt;/div&gt;&lt;div&gt;&lt;span style=&quot;text-align: center;&quot;&gt;+ &lt;/span&gt;&lt;span style=&quot;text-align: center; background-color: transparent; color: light-dark(rgb(0, 0, 0), rgb(255, 255, 255));&quot;&gt;ToString(): string&lt;/span&gt;&lt;/div&gt;&lt;/div&gt;&lt;div&gt;&lt;br&gt;&lt;/div&gt;" vertex="1">
          <mxGeometry height="112" width="322.58" y="98" as="geometry" />
        </mxCell>
        <mxCell id="qm9usu2FrJwLwOEM7Gsf-1" parent="1" style="swimlane;fontStyle=0;childLayout=stackLayout;horizontal=1;startSize=26;fillColor=none;horizontalStack=0;resizeParent=1;resizeParentMax=0;resizeLast=0;collapsible=1;marginBottom=0;whiteSpace=wrap;html=1;" value="&lt;span style=&quot;font-weight: 700;&quot;&gt;DepartmentEntity&lt;/span&gt;" vertex="1">
          <mxGeometry height="78" width="200" x="1480.21" y="700" as="geometry" />
        </mxCell>
        <mxCell id="qm9usu2FrJwLwOEM7Gsf-2" parent="qm9usu2FrJwLwOEM7Gsf-1" style="text;strokeColor=none;fillColor=none;align=left;verticalAlign=top;spacingLeft=4;spacingRight=4;overflow=hidden;rotatable=0;points=[[0,0.5],[1,0.5]];portConstraint=eastwest;whiteSpace=wrap;html=1;" value="+ DeptId:int&amp;nbsp;" vertex="1">
          <mxGeometry height="26" width="200" y="26" as="geometry" />
        </mxCell>
        <mxCell id="qm9usu2FrJwLwOEM7Gsf-3" parent="qm9usu2FrJwLwOEM7Gsf-1" style="text;strokeColor=none;fillColor=none;align=left;verticalAlign=top;spacingLeft=4;spacingRight=4;overflow=hidden;rotatable=0;points=[[0,0.5],[1,0.5]];portConstraint=eastwest;whiteSpace=wrap;html=1;" value="+DeptName:string" vertex="1">
          <mxGeometry height="26" width="200" y="52" as="geometry" />
        </mxCell>
        <mxCell id="qm9usu2FrJwLwOEM7Gsf-4" parent="1" style="swimlane;fontStyle=0;childLayout=stackLayout;horizontal=1;startSize=26;fillColor=none;horizontalStack=0;resizeParent=1;resizeParentMax=0;resizeLast=0;collapsible=1;marginBottom=0;whiteSpace=wrap;html=1;" value="&lt;span style=&quot;font-weight: 700;&quot;&gt;EmployeeEntity&lt;/span&gt;" vertex="1">
          <mxGeometry height="104" width="200" x="1759.9999999999998" y="700" as="geometry" />
        </mxCell>
        <mxCell id="qm9usu2FrJwLwOEM7Gsf-5" parent="qm9usu2FrJwLwOEM7Gsf-4" style="text;strokeColor=none;fillColor=none;align=left;verticalAlign=top;spacingLeft=4;spacingRight=4;overflow=hidden;rotatable=0;points=[[0,0.5],[1,0.5]];portConstraint=eastwest;whiteSpace=wrap;html=1;" value="+ EmpId:int&amp;nbsp;" vertex="1">
          <mxGeometry height="26" width="200" y="26" as="geometry" />
        </mxCell>
        <mxCell id="qm9usu2FrJwLwOEM7Gsf-6" parent="qm9usu2FrJwLwOEM7Gsf-4" style="text;strokeColor=none;fillColor=none;align=left;verticalAlign=top;spacingLeft=4;spacingRight=4;overflow=hidden;rotatable=0;points=[[0,0.5],[1,0.5]];portConstraint=eastwest;whiteSpace=wrap;html=1;" value="+EmpName:string" vertex="1">
          <mxGeometry height="26" width="200" y="52" as="geometry" />
        </mxCell>
        <mxCell id="qm9usu2FrJwLwOEM7Gsf-7" parent="qm9usu2FrJwLwOEM7Gsf-4" style="text;strokeColor=none;fillColor=none;align=left;verticalAlign=top;spacingLeft=4;spacingRight=4;overflow=hidden;rotatable=0;points=[[0,0.5],[1,0.5]];portConstraint=eastwest;whiteSpace=wrap;html=1;" value="+DeptId:int" vertex="1">
          <mxGeometry height="26" width="200" y="78" as="geometry" />
        </mxCell>
        <mxCell id="qm9usu2FrJwLwOEM7Gsf-8" parent="1" style="swimlane;fontStyle=1;align=center;verticalAlign=top;childLayout=stackLayout;horizontal=1;startSize=26;horizontalStack=0;resizeParent=1;resizeParentMax=0;resizeLast=0;collapsible=1;marginBottom=0;whiteSpace=wrap;html=1;fillColor=#FFFFFF;" value="AppDbContext" vertex="1">
-           <mxGeometry height="120" width="350" x="1440" y="130" as="geometry" />
+           <mxGeometry height="120" width="350" x="1540" y="150" as="geometry" />
        </mxCell>
        <mxCell id="qm9usu2FrJwLwOEM7Gsf-9" parent="qm9usu2FrJwLwOEM7Gsf-8" style="text;strokeColor=none;fillColor=none;align=left;verticalAlign=top;spacingLeft=4;spacingRight=4;overflow=hidden;rotatable=0;points=[[0,0.5],[1,0.5]];portConstraint=eastwest;whiteSpace=wrap;html=1;" value="+ Employees: DbSet&amp;lt;EmployeeEntity&amp;gt;&lt;div&gt;+ Departments: DbSet&amp;lt;DepartmentEntity＞&lt;/div&gt;&lt;div&gt;&lt;div&gt;&lt;span style=&quot;color: rgba(0, 0, 0, 0); font-family: monospace; font-size: 0px; white-space: nowrap;&quot;&gt;%3CmxGraphModel%3E%3Croot%3E%3CmxCell%20id%3D%220%22%2F%3E%3CmxCell%20id%3D%221%22%20parent%3D%220%22%2F%3E%3CmxCell%20id%3D%222%22%20parent%3D%221%22%20style%3D%22text%3BstrokeColor%3Dnone%3BfillColor%3Dnone%3Balign%3Dleft%3BverticalAlign%3Dtop%3BspacingLeft%3D4%3BspacingRight%3D4%3Boverflow%3Dhidden%3Brotatable%3D0%3Bpoints%3D%5B%5B0%2C0.5%5D%2C%5B1%2C0.5%5D%5D%3BportConstraint%3Deastwest%3BwhiteSpace%3Dwrap%3Bhtml%3D1%3B%22%20value%3D%22%26%2310%3B%26lt%3Bspan%20style%3D%26quot%3Bcolor%3A%20rgb(0%2C%200%2C%200)%3B%20font-family%3A%20Helvetica%3B%20font-size%3A%2012px%3B%20font-style%3A%20normal%3B%20font-variant-ligatures%3A%20normal%3B%20font-variant-caps%3A%20normal%3B%20font-weight%3A%20400%3B%20letter-spacing%3A%20normal%3B%20orphans%3A%202%3B%20text-align%3A%20left%3B%20text-indent%3A%200px%3B%20text-transform%3A%20none%3B%20widows%3A%202%3B%20word-spacing%3A%200px%3B%20-webkit-text-stroke-width%3A%200px%3B%20white-space%3A%20normal%3B%20background-color%3A%20rgb(236%2C%20236%2C%20236)%3B%20text-decoration-thickness%3A%20initial%3B%20text-decoration-style%3A%20initial%3B%20text-decoration-color%3A%20initial%3B%20display%3A%20inline%20!important%3B%20float%3A%20none%3B%26quot%3B%26gt%3B%2B%20name%3A%20string%26lt%3B%2Fspan%26gt%3B%26%2310%3B%26%2310%3B%22%20vertex%3D%221%22%3E%3CmxGeometry%20height%3D%2264%22%20width%3D%22160%22%20x%3D%22466.51%22%20y%3D%22-653%22%20as%3D%22geometry%22%2F%3E%3C%2FmxCell%3E%3C%2Froot%3E%3C%2FmxGraphModel%3E&lt;/span&gt;&lt;/div&gt;&lt;/div&gt;" vertex="1">
          <mxGeometry height="44" width="350" y="26" as="geometry" />
        </mxCell>
        <mxCell id="qm9usu2FrJwLwOEM7Gsf-10" parent="qm9usu2FrJwLwOEM7Gsf-8" style="line;strokeWidth=1;fillColor=none;align=left;verticalAlign=middle;spacingTop=-1;spacingLeft=3;spacingRight=3;rotatable=0;labelPosition=right;points=[];portConstraint=eastwest;strokeColor=inherit;" value="" vertex="1">
          <mxGeometry height="8" width="350" y="70" as="geometry" />
        </mxCell>
        <mxCell id="qm9usu2FrJwLwOEM7Gsf-11" parent="qm9usu2FrJwLwOEM7Gsf-8" style="text;strokeColor=none;fillColor=none;align=left;verticalAlign=top;spacingLeft=4;spacingRight=4;overflow=hidden;rotatable=0;points=[[0,0.5],[1,0.5]];portConstraint=eastwest;whiteSpace=wrap;html=1;" value="+ AppDbContext(option: DbContextOptions＜AppDbContext＞)" vertex="1">
          <mxGeometry height="42" width="350" y="78" as="geometry" />
        </mxCell>
-         <mxCell id="hrwWi43zoG16yE8h-HA6-9" edge="1" parent="1" source="qm9usu2FrJwLwOEM7Gsf-12" style="edgeStyle=orthogonalEdgeStyle;rounded=0;orthogonalLoop=1;jettySize=auto;html=1;entryX=1;entryY=0.5;entryDx=0;entryDy=0;" target="G9wzqQtXwCNvqwVCNL5G-6">
+         <mxCell id="hrwWi43zoG16yE8h-HA6-9" edge="1" parent="1" source="qm9usu2FrJwLwOEM7Gsf-12" style="edgeStyle=orthogonalEdgeStyle;rounded=0;orthogonalLoop=1;jettySize=auto;html=1;entryX=1;entryY=0.5;entryDx=0;entryDy=0;dashed=1;" target="G9wzqQtXwCNvqwVCNL5G-6">
          <mxGeometry relative="1" as="geometry" />
        </mxCell>
        <mxCell id="qm9usu2FrJwLwOEM7Gsf-12" parent="1" style="swimlane;fontStyle=0;childLayout=stackLayout;horizontal=1;startSize=26;fillColor=none;horizontalStack=0;resizeParent=1;resizeParentMax=0;resizeLast=0;collapsible=1;marginBottom=0;whiteSpace=wrap;html=1;" value="&lt;span style=&quot;color: rgb(51, 51, 51); font-family: helvetica, arial, &amp;quot;Hiragino Kaku Gothic ProN&amp;quot;, &amp;quot;ヒラギノ角ゴ ProN W3&amp;quot;, Meiryo, メイリオ, sans-serif; font-size: 14px; text-align: start; background-color: rgb(255, 255, 255);&quot;&gt;&lt;span style=&quot;color: rgb(0, 0, 0); font-family: Helvetica; font-size: 12px; font-weight: 700; text-align: center; background-color: rgb(236, 236, 236);&quot;&gt;DepartmentEntityAdapter&lt;/span&gt;&lt;/span&gt;" vertex="1">
          <mxGeometry height="78" width="290.21" x="1445.17" y="590" as="geometry" />
        </mxCell>
        <mxCell id="qm9usu2FrJwLwOEM7Gsf-13" parent="qm9usu2FrJwLwOEM7Gsf-12" style="text;strokeColor=none;fillColor=none;align=left;verticalAlign=top;spacingLeft=4;spacingRight=4;overflow=hidden;rotatable=0;points=[[0,0.5],[1,0.5]];portConstraint=eastwest;whiteSpace=wrap;html=1;" value="+ Convert(D&lt;span style=&quot;background-color: transparent; color: light-dark(rgb(0, 0, 0), rgb(255, 255, 255));&quot;&gt;epartment domain):DepartmentEntity&amp;nbsp;&lt;/span&gt;" vertex="1">
          <mxGeometry height="26" width="290.21" y="26" as="geometry" />
        </mxCell>
        <mxCell id="qm9usu2FrJwLwOEM7Gsf-14" parent="qm9usu2FrJwLwOEM7Gsf-12" style="text;strokeColor=none;fillColor=none;align=left;verticalAlign=top;spacingLeft=4;spacingRight=4;overflow=hidden;rotatable=0;points=[[0,0.5],[1,0.5]];portConstraint=eastwest;whiteSpace=wrap;html=1;" value="+ Restore(D&lt;span style=&quot;color: light-dark(rgb(0, 0, 0), rgb(255, 255, 255)); background-color: transparent;&quot;&gt;epartment&lt;/span&gt;Entity&lt;span style=&quot;color: light-dark(rgb(0, 0, 0), rgb(255, 255, 255)); background-color: transparent;&quot;&gt;&amp;nbsp;target):Department&amp;nbsp;&lt;/span&gt;" vertex="1">
          <mxGeometry height="26" width="290.21" y="52" as="geometry" />
        </mxCell>
-         <mxCell id="hrwWi43zoG16yE8h-HA6-11" edge="1" parent="1" source="qm9usu2FrJwLwOEM7Gsf-15" style="edgeStyle=orthogonalEdgeStyle;rounded=0;orthogonalLoop=1;jettySize=auto;html=1;entryX=0.5;entryY=1;entryDx=0;entryDy=0;" target="G9wzqQtXwCNvqwVCNL5G-6">
+         <mxCell id="hrwWi43zoG16yE8h-HA6-11" edge="1" parent="1" source="qm9usu2FrJwLwOEM7Gsf-15" style="edgeStyle=orthogonalEdgeStyle;rounded=0;orthogonalLoop=1;jettySize=auto;html=1;entryX=0.5;entryY=1;entryDx=0;entryDy=0;dashed=1;" target="G9wzqQtXwCNvqwVCNL5G-6">
          <mxGeometry relative="1" as="geometry">
            <Array as="points">
              <mxPoint x="1851" y="687" />
              <mxPoint x="1086" y="687" />
            </Array>
          </mxGeometry>
        </mxCell>
        <mxCell id="qm9usu2FrJwLwOEM7Gsf-15" parent="1" style="swimlane;fontStyle=0;childLayout=stackLayout;horizontal=1;startSize=26;fillColor=none;horizontalStack=0;resizeParent=1;resizeParentMax=0;resizeLast=0;collapsible=1;marginBottom=0;whiteSpace=wrap;html=1;" value="&lt;span style=&quot;font-weight: 700;&quot;&gt;EmployeeEntityAdapter&lt;/span&gt;" vertex="1">
          <mxGeometry height="78" width="290.21" x="1760" y="588.91" as="geometry" />
        </mxCell>
        <mxCell id="qm9usu2FrJwLwOEM7Gsf-16" parent="qm9usu2FrJwLwOEM7Gsf-15" style="text;strokeColor=none;fillColor=none;align=left;verticalAlign=top;spacingLeft=4;spacingRight=4;overflow=hidden;rotatable=0;points=[[0,0.5],[1,0.5]];portConstraint=eastwest;whiteSpace=wrap;html=1;" value="+ Convert(Employee&amp;nbsp;&lt;span style=&quot;background-color: transparent; color: light-dark(rgb(0, 0, 0), rgb(255, 255, 255));&quot;&gt;domain):EmployeetEntity&amp;nbsp;&lt;/span&gt;" vertex="1">
          <mxGeometry height="26" width="290.21" y="26" as="geometry" />
        </mxCell>
        <mxCell id="qm9usu2FrJwLwOEM7Gsf-17" parent="qm9usu2FrJwLwOEM7Gsf-15" style="text;strokeColor=none;fillColor=none;align=left;verticalAlign=top;spacingLeft=4;spacingRight=4;overflow=hidden;rotatable=0;points=[[0,0.5],[1,0.5]];portConstraint=eastwest;whiteSpace=wrap;html=1;" value="+ Restore(EmployeeEntity&lt;span style=&quot;color: light-dark(rgb(0, 0, 0), rgb(255, 255, 255)); background-color: transparent;&quot;&gt;&amp;nbsp;target):Employee&lt;/span&gt;" vertex="1">
          <mxGeometry height="26" width="290.21" y="52" as="geometry" />
        </mxCell>
-         <mxCell id="hrwWi43zoG16yE8h-HA6-8" edge="1" parent="1" source="qm9usu2FrJwLwOEM7Gsf-18" style="edgeStyle=orthogonalEdgeStyle;rounded=0;orthogonalLoop=1;jettySize=auto;html=1;entryX=0.5;entryY=1;entryDx=0;entryDy=0;" target="G9wzqQtXwCNvqwVCNL5G-3">
+         <mxCell id="hrwWi43zoG16yE8h-HA6-8" edge="1" parent="1" source="qm9usu2FrJwLwOEM7Gsf-18" style="edgeStyle=orthogonalEdgeStyle;rounded=0;orthogonalLoop=1;jettySize=auto;html=1;entryX=0.5;entryY=1;entryDx=0;entryDy=0;dashed=1;" target="G9wzqQtXwCNvqwVCNL5G-3">
          <mxGeometry relative="1" as="geometry">
            <Array as="points">
              <mxPoint x="1503" y="498" />
              <mxPoint x="835" y="498" />
            </Array>
          </mxGeometry>
        </mxCell>
        <mxCell id="qm9usu2FrJwLwOEM7Gsf-18" parent="1" style="swimlane;fontStyle=1;align=center;verticalAlign=top;childLayout=stackLayout;horizontal=1;startSize=26;horizontalStack=0;resizeParent=1;resizeParentMax=0;resizeLast=0;collapsible=1;marginBottom=0;whiteSpace=wrap;html=1;" value="DepartmentRepository" vertex="1">
-           <mxGeometry height="140" width="345.38" x="1390" y="337.09" as="geometry" />
+           <mxGeometry height="140" width="345.38" x="1380" y="337.09" as="geometry" />
        </mxCell>
        <mxCell id="qm9usu2FrJwLwOEM7Gsf-19" parent="qm9usu2FrJwLwOEM7Gsf-18" style="text;strokeColor=none;fillColor=none;align=left;verticalAlign=top;spacingLeft=4;spacingRight=4;overflow=hidden;rotatable=0;points=[[0,0.5],[1,0.5]];portConstraint=eastwest;whiteSpace=wrap;html=1;" value="- _context: AppDbContext&lt;div&gt;- _adapter: DepartmentEntityAdapter&lt;/div&gt;&lt;div&gt;&lt;div&gt;&lt;span style=&quot;color: rgba(0, 0, 0, 0); font-family: monospace; font-size: 0px; white-space: nowrap;&quot;&gt;%3CmxGraphModel%3E%3Croot%3E%3CmxCell%20id%3D%220%22%2F%3E%3CmxCell%20id%3D%221%22%20parent%3D%220%22%2F%3E%3CmxCell%20id%3D%222%22%20parent%3D%221%22%20style%3D%22text%3BstrokeColor%3Dnone%3BfillColor%3Dnone%3Balign%3Dleft%3BverticalAlign%3Dtop%3BspacingLeft%3D4%3BspacingRight%3D4%3Boverflow%3Dhidden%3Brotatable%3D0%3Bpoints%3D%5B%5B0%2C0.5%5D%2C%5B1%2C0.5%5D%5D%3BportConstraint%3Deastwest%3BwhiteSpace%3Dwrap%3Bhtml%3D1%3B%22%20value%3D%22%26%2310%3B%26lt%3Bspan%20style%3D%26quot%3Bcolor%3A%20rgb(0%2C%200%2C%200)%3B%20font-family%3A%20Helvetica%3B%20font-size%3A%2012px%3B%20font-style%3A%20normal%3B%20font-variant-ligatures%3A%20normal%3B%20font-variant-caps%3A%20normal%3B%20font-weight%3A%20400%3B%20letter-spacing%3A%20normal%3B%20orphans%3A%202%3B%20text-align%3A%20left%3B%20text-indent%3A%200px%3B%20text-transform%3A%20none%3B%20widows%3A%202%3B%20word-spacing%3A%200px%3B%20-webkit-text-stroke-width%3A%200px%3B%20white-space%3A%20normal%3B%20background-color%3A%20rgb(236%2C%20236%2C%20236)%3B%20text-decoration-thickness%3A%20initial%3B%20text-decoration-style%3A%20initial%3B%20text-decoration-color%3A%20initial%3B%20display%3A%20inline%20!important%3B%20float%3A%20none%3B%26quot%3B%26gt%3B%2B%20name%3A%20string%26lt%3B%2Fspan%26gt%3B%26%2310%3B%26%2310%3B%22%20vertex%3D%221%22%3E%3CmxGeometry%20height%3D%2264%22%20width%3D%22160%22%20x%3D%22466.51%22%20y%3D%22-653%22%20as%3D%22geometry%22%2F%3E%3C%2FmxCell%3E%3C%2Froot%3E%3C%2FmxGraphModel%3E&lt;/span&gt;&lt;/div&gt;&lt;/div&gt;" vertex="1">
          <mxGeometry height="34" width="345.38" y="26" as="geometry" />
        </mxCell>
        <mxCell id="qm9usu2FrJwLwOEM7Gsf-20" parent="qm9usu2FrJwLwOEM7Gsf-18" style="line;strokeWidth=1;fillColor=none;align=left;verticalAlign=middle;spacingTop=-1;spacingLeft=3;spacingRight=3;rotatable=0;labelPosition=right;points=[];portConstraint=eastwest;strokeColor=inherit;" value="" vertex="1">
          <mxGeometry height="8" width="345.38" y="60" as="geometry" />
        </mxCell>
        <mxCell id="qm9usu2FrJwLwOEM7Gsf-21" parent="qm9usu2FrJwLwOEM7Gsf-18" style="text;strokeColor=none;fillColor=none;align=left;verticalAlign=top;spacingLeft=4;spacingRight=4;overflow=hidden;rotatable=0;points=[[0,0.5],[1,0.5]];portConstraint=eastwest;whiteSpace=wrap;html=1;" value="+ DepartmentRepository&lt;div&gt;　(context:AppDbContext,adapter:DepartmentEntityAdapter)&lt;div&gt;+ FindAll(): List&amp;lt;Department＞&lt;/div&gt;&lt;/div&gt;&lt;div&gt;+FindById(int id):Department?&lt;/div&gt;" vertex="1">
          <mxGeometry height="72" width="345.38" y="68" as="geometry" />
        </mxCell>
-         <mxCell id="hrwWi43zoG16yE8h-HA6-4" edge="1" parent="1" source="qm9usu2FrJwLwOEM7Gsf-22" style="edgeStyle=orthogonalEdgeStyle;rounded=0;orthogonalLoop=1;jettySize=auto;html=1;entryX=0.5;entryY=1;entryDx=0;entryDy=0;" target="G9wzqQtXwCNvqwVCNL5G-4">
+         <mxCell id="hrwWi43zoG16yE8h-HA6-4" edge="1" parent="1" source="qm9usu2FrJwLwOEM7Gsf-22" style="edgeStyle=orthogonalEdgeStyle;rounded=0;orthogonalLoop=1;jettySize=auto;html=1;entryX=0.5;entryY=1;entryDx=0;entryDy=0;dashed=1;" target="G9wzqQtXwCNvqwVCNL5G-4">
          <mxGeometry relative="1" as="geometry">
            <Array as="points">
              <mxPoint x="1898" y="490" />
              <mxPoint x="1086" y="490" />
            </Array>
          </mxGeometry>
        </mxCell>
        <mxCell id="qm9usu2FrJwLwOEM7Gsf-22" parent="1" style="swimlane;fontStyle=1;align=center;verticalAlign=top;childLayout=stackLayout;horizontal=1;startSize=26;horizontalStack=0;resizeParent=1;resizeParentMax=0;resizeLast=0;collapsible=1;marginBottom=0;whiteSpace=wrap;html=1;" value="EmployeeRepository" vertex="1">
-           <mxGeometry height="120" width="345.38" x="1760" y="338.03" as="geometry" />
+           <mxGeometry height="140" width="260" x="1750" y="337.09" as="geometry" />
        </mxCell>
        <mxCell id="qm9usu2FrJwLwOEM7Gsf-23" parent="qm9usu2FrJwLwOEM7Gsf-22" style="text;strokeColor=none;fillColor=none;align=left;verticalAlign=top;spacingLeft=4;spacingRight=4;overflow=hidden;rotatable=0;points=[[0,0.5],[1,0.5]];portConstraint=eastwest;whiteSpace=wrap;html=1;" value="- _context: AppDbContext&lt;div&gt;- _adapter: EmployeeEntityAdapter&lt;/div&gt;&lt;div&gt;&lt;div&gt;&lt;span style=&quot;color: rgba(0, 0, 0, 0); font-family: monospace; font-size: 0px; white-space: nowrap;&quot;&gt;%3CmxGraphModel%3E%3Croot%3E%3CmxCell%20id%3D%220%22%2F%3E%3CmxCell%20id%3D%221%22%20parent%3D%220%22%2F%3E%3CmxCell%20id%3D%222%22%20parent%3D%221%22%20style%3D%22text%3BstrokeColor%3Dnone%3BfillColor%3Dnone%3Balign%3Dleft%3BverticalAlign%3Dtop%3BspacingLeft%3D4%3BspacingRight%3D4%3Boverflow%3Dhidden%3Brotatable%3D0%3Bpoints%3D%5B%5B0%2C0.5%5D%2C%5B1%2C0.5%5D%5D%3BportConstraint%3Deastwest%3BwhiteSpace%3Dwrap%3Bhtml%3D1%3B%22%20value%3D%22%26%2310%3B%26lt%3Bspan%20style%3D%26quot%3Bcolor%3A%20rgb(0%2C%200%2C%200)%3B%20font-family%3A%20Helvetica%3B%20font-size%3A%2012px%3B%20font-style%3A%20normal%3B%20font-variant-ligatures%3A%20normal%3B%20font-variant-caps%3A%20normal%3B%20font-weight%3A%20400%3B%20letter-spacing%3A%20normal%3B%20orphans%3A%202%3B%20text-align%3A%20left%3B%20text-indent%3A%200px%3B%20text-transform%3A%20none%3B%20widows%3A%202%3B%20word-spacing%3A%200px%3B%20-webkit-text-stroke-width%3A%200px%3B%20white-space%3A%20normal%3B%20background-color%3A%20rgb(236%2C%20236%2C%20236)%3B%20text-decoration-thickness%3A%20initial%3B%20text-decoration-style%3A%20initial%3B%20text-decoration-color%3A%20initial%3B%20display%3A%20inline%20!important%3B%20float%3A%20none%3B%26quot%3B%26gt%3B%2B%20name%3A%20string%26lt%3B%2Fspan%26gt%3B%26%2310%3B%26%2310%3B%22%20vertex%3D%221%22%3E%3CmxGeometry%20height%3D%2264%22%20width%3D%22160%22%20x%3D%22466.51%22%20y%3D%22-653%22%20as%3D%22geometry%22%2F%3E%3C%2FmxCell%3E%3C%2Froot%3E%3C%2FmxGraphModel%3E&lt;/span&gt;&lt;/div&gt;&lt;/div&gt;" vertex="1">
-           <mxGeometry height="34" width="345.38" y="26" as="geometry" />
+           <mxGeometry height="34" width="260" y="26" as="geometry" />
        </mxCell>
        <mxCell id="qm9usu2FrJwLwOEM7Gsf-24" parent="qm9usu2FrJwLwOEM7Gsf-22" style="line;strokeWidth=1;fillColor=none;align=left;verticalAlign=middle;spacingTop=-1;spacingLeft=3;spacingRight=3;rotatable=0;labelPosition=right;points=[];portConstraint=eastwest;strokeColor=inherit;" value="" vertex="1">
-           <mxGeometry height="8" width="345.38" y="60" as="geometry" />
-         </mxCell>
-         <mxCell id="qm9usu2FrJwLwOEM7Gsf-25" parent="qm9usu2FrJwLwOEM7Gsf-22" style="text;strokeColor=none;fillColor=none;align=left;verticalAlign=top;spacingLeft=4;spacingRight=4;overflow=hidden;rotatable=0;points=[[0,0.5],[1,0.5]];portConstraint=eastwest;whiteSpace=wrap;html=1;" value="+ EmployeeRepository&lt;div&gt;　(context:AppDbContext,adapter:DepartmentEntityAdapter)&lt;div&gt;+ Create(Employee employee): void&lt;/div&gt;&lt;/div&gt;" vertex="1">
-           <mxGeometry height="52" width="345.38" y="68" as="geometry" />
-         </mxCell>
-         <mxCell id="hrwWi43zoG16yE8h-HA6-7" edge="1" parent="1" source="IWFFml98Ozl-5E3AKL9s-2" style="edgeStyle=orthogonalEdgeStyle;rounded=0;orthogonalLoop=1;jettySize=auto;html=1;entryX=0;entryY=0.5;entryDx=0;entryDy=0;" target="G9wzqQtXwCNvqwVCNL5G-5">
+           <mxGeometry height="8" width="260" y="60" as="geometry" />
+         </mxCell>
+         <mxCell id="qm9usu2FrJwLwOEM7Gsf-25" parent="qm9usu2FrJwLwOEM7Gsf-22" style="text;strokeColor=none;fillColor=none;align=left;verticalAlign=top;spacingLeft=4;spacingRight=4;overflow=hidden;rotatable=0;points=[[0,0.5],[1,0.5]];portConstraint=eastwest;whiteSpace=wrap;html=1;" value="+ EmployeeRepository&lt;div&gt;　(context:AppDbContext,&lt;/div&gt;&lt;div&gt;&amp;nbsp; &amp;nbsp; &amp;nbsp;adapter:DepartmentEntityAdapter)&lt;div&gt;+ Create(Employee employee): void&lt;/div&gt;&lt;/div&gt;" vertex="1">
+           <mxGeometry height="72" width="260" y="68" as="geometry" />
+         </mxCell>
+         <mxCell id="hrwWi43zoG16yE8h-HA6-7" edge="1" parent="1" source="IWFFml98Ozl-5E3AKL9s-2" style="edgeStyle=orthogonalEdgeStyle;rounded=0;orthogonalLoop=1;jettySize=auto;html=1;entryX=0;entryY=0.5;entryDx=0;entryDy=0;dashed=1;" target="G9wzqQtXwCNvqwVCNL5G-5">
          <mxGeometry relative="1" as="geometry" />
+         </mxCell>
+         <mxCell id="9kdujmByR6wJLKFrgQtj-3" parent="1" style="text;html=1;whiteSpace=wrap;strokeColor=none;fillColor=none;align=center;verticalAlign=middle;rounded=0;" value="&lt;span style=&quot;color: rgb(0, 0, 0); font-family: Helvetica; font-style: normal; font-variant-ligatures: normal; font-variant-caps: normal; font-weight: 700; letter-spacing: normal; orphans: 2; text-align: right; text-indent: 0px; text-transform: none; widows: 2; word-spacing: 0px; -webkit-text-stroke-width: 0px; white-space: normal; text-decoration-thickness: initial; text-decoration-style: initial; text-decoration-color: initial; float: none; background-color: light-dark(rgb(255, 229, 229), rgb(34, 34, 34)); display: inline !important;&quot;&gt;&lt;font style=&quot;font-size: 11px;&quot;&gt;Applications&lt;/font&gt;&lt;/span&gt;" vertex="1">
+           <mxGeometry height="40" width="70" x="640" y="20" as="geometry" />
+         </mxCell>
+         <mxCell id="9kdujmByR6wJLKFrgQtj-12" parent="1" style="text;html=1;whiteSpace=wrap;strokeColor=none;fillColor=none;align=center;verticalAlign=middle;rounded=0;" value="&lt;span style=&quot;color: rgb(0, 0, 0); font-family: Helvetica; font-style: normal; font-variant-ligatures: normal; font-variant-caps: normal; font-weight: 700; letter-spacing: normal; orphans: 2; text-align: right; text-indent: 0px; text-transform: none; widows: 2; word-spacing: 0px; -webkit-text-stroke-width: 0px; white-space: normal; text-decoration-thickness: initial; text-decoration-style: initial; text-decoration-color: initial; float: none; background-color: light-dark(rgb(238, 244, 220), rgb(34, 34, 34)); display: inline !important;&quot;&gt;&lt;font style=&quot;font-size: 9px;&quot;&gt;Presentations&lt;/font&gt;&lt;/span&gt;" vertex="1">
+           <mxGeometry height="40" width="60" x="10" y="20" as="geometry" />
+         </mxCell>
+         <mxCell id="9kdujmByR6wJLKFrgQtj-15" parent="1" style="text;whiteSpace=wrap;html=1;" value="&lt;div style=&quot;text-align: right;&quot;&gt;&lt;span style=&quot;background-color: light-dark(rgb(208, 251, 251), rgb(0, 55, 55));&quot;&gt;&lt;b style=&quot;&quot;&gt;&lt;font style=&quot;font-size: 9px;&quot;&gt;Infrastructures&lt;/font&gt;&lt;/b&gt;&lt;/span&gt;&lt;/div&gt;" vertex="1">
+           <mxGeometry height="40" width="70" x="1370" y="28" as="geometry" />
        </mxCell>
      </root>
    </mxGraphModel>
  </diagram>
</mxfile>
